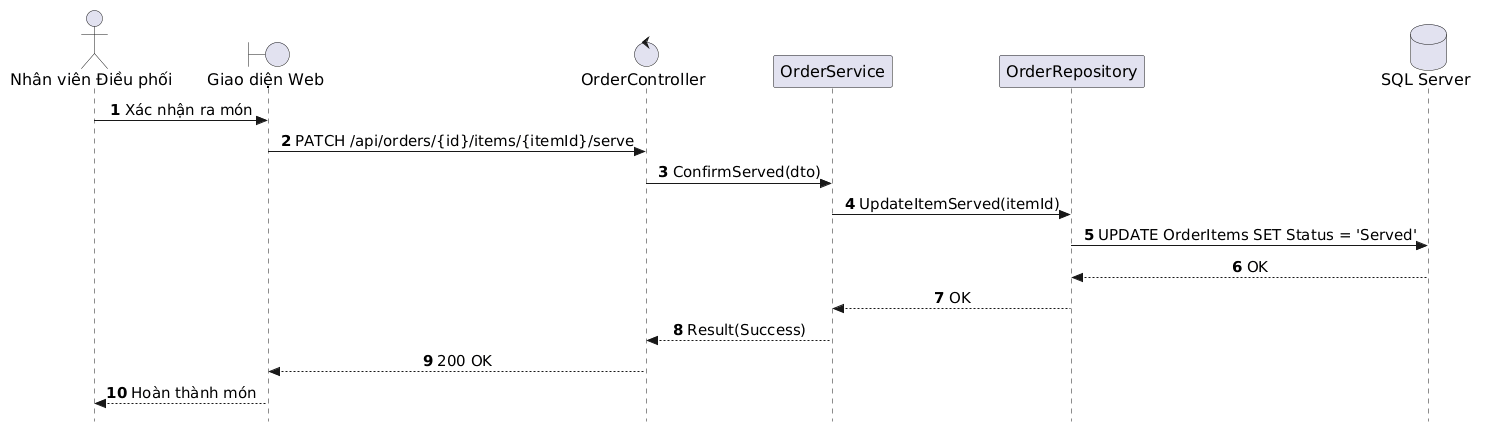
This is out/docs/puml/sequences/SD_UC_E2_Expediter_Serve_CourseFiring/SD_UC_E2_Expediter_Serve_CourseFiring.png from AndrewQng/VinDining, a PlantUML export, as it was before one commit.
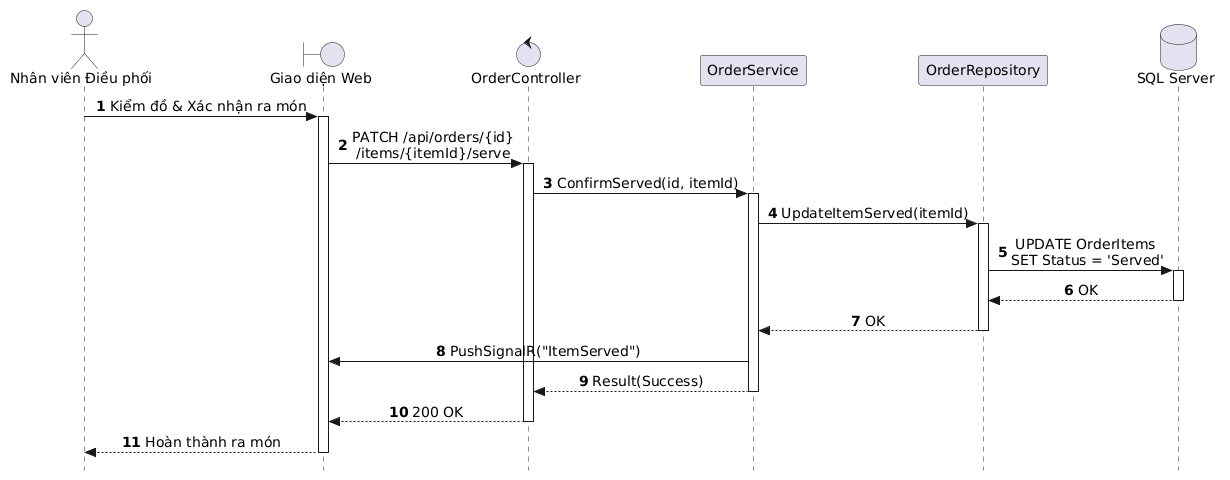
After the change.

Diff of the diagram source:
```diff
@@ -4,12 +4,7 @@
 skinparam sequenceMessageAlign center
 skinparam responseMessageBelowArrow true
 skinparam defaultFontName "Segoe UI", Arial, sans-serif
-skinparam defaultFontSize 16
-skinparam sequenceActorFontSize 16
-skinparam sequenceParticipantFontSize 16
-skinparam sequenceArrowFontSize 15
-skinparam sequenceGroupFontSize 15
-skinparam sequenceGroupHeaderFontSize 15
+skinparam defaultFontSize 14
 
 actor "Nhân viên Điều phối" as Expediter
 boundary "Giao diện Web" as UI
@@ -18,14 +13,32 @@
 participant "OrderRepository" as Repo
 database "SQL Server" as DB
 
-Expediter -> UI: Xác nhận ra món
-UI -> Controller: PATCH /api/orders/{id}/items/{itemId}/serve
-Controller -> Service: ConfirmServed(dto)
+Expediter -> UI: Kiểm đồ & Xác nhận ra món
+activate UI
+
+UI -> Controller: PATCH /api/orders/{id}\n/items/{itemId}/serve
+activate Controller
+
+Controller -> Service: ConfirmServed(id, itemId)
+activate Service
+
 Service -> Repo: UpdateItemServed(itemId)
-Repo -> DB: UPDATE OrderItems SET Status = 'Served'
+activate Repo
+Repo -> DB: UPDATE OrderItems \nSET Status = 'Served'
+activate DB
 DB --> Repo: OK
+deactivate DB
 Repo --> Service: OK
+deactivate Repo
+
+Service -> UI: PushSignalR("ItemServed")
+
 Service --> Controller: Result(Success)
+deactivate Service
+
 Controller --> UI: 200 OK
-UI --> Expediter: Hoàn thành món
+deactivate Controller
+
+UI --> Expediter: Hoàn thành ra món
+deactivate UI
 @enduml
```
